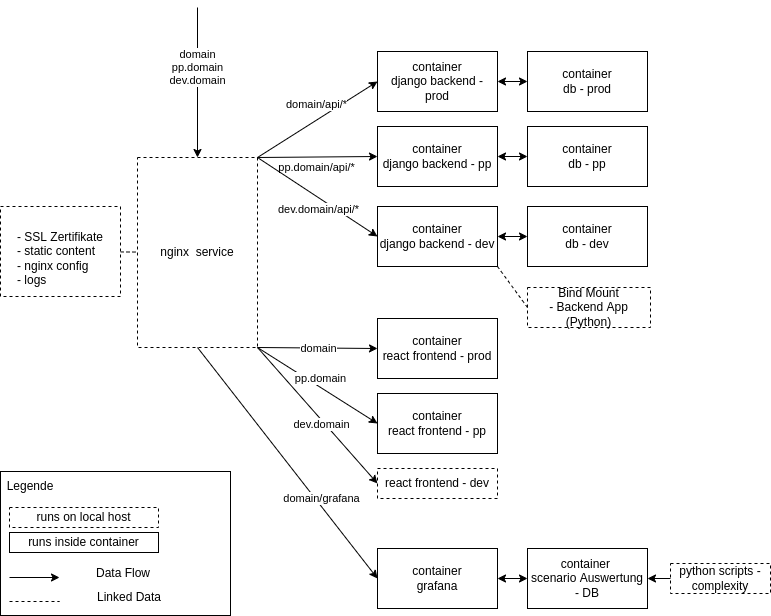
Before: docs/devops/hld.drawio.png, a diagram exported from draw.io (fra-uas-project/softDsim). Source tidied: cells renumbered, new cells last; positions are measured from the earlier drawing's top-left corner, leaving out a move shared by most shapes.
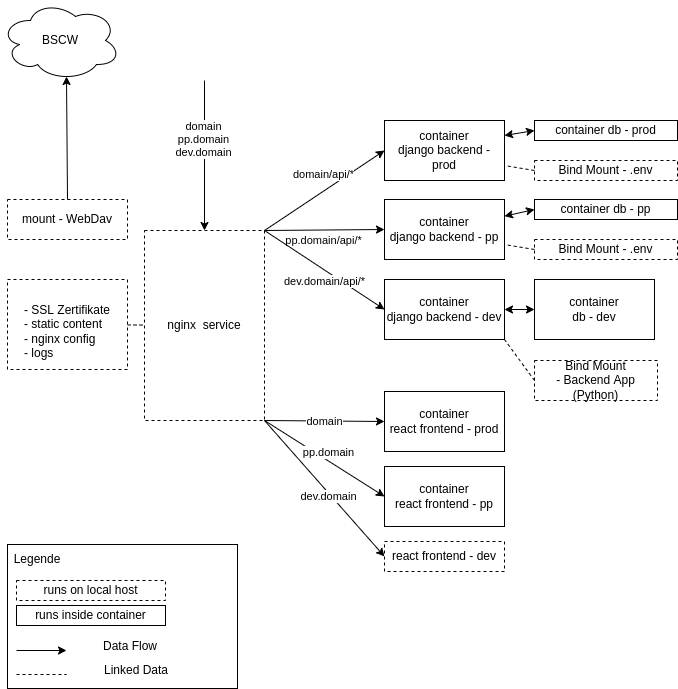
Above is the later version.

The edit, as a diff of the source:
```diff
@@ -26,22 +26,16 @@
     <mxCell id="7" value="react frontend - dev" style="rounded=0;whiteSpace=wrap;html=1;dashed=1;" parent="1" vertex="1">
       <mxGeometry x="377" y="461" width="120" height="30" as="geometry" />
     </mxCell>
-    <mxCell id="8" value="container&lt;br&gt;db - pp" style="rounded=0;whiteSpace=wrap;html=1;" parent="1" vertex="1">
-      <mxGeometry x="527" y="119" width="120" height="60" as="geometry" />
-    </mxCell>
-    <mxCell id="9" value="container&lt;br&gt;db - prod" style="rounded=0;whiteSpace=wrap;html=1;" parent="1" vertex="1">
-      <mxGeometry x="527" y="44" width="120" height="60" as="geometry" />
+    <mxCell id="9" value="container db - prod" style="rounded=0;whiteSpace=wrap;html=1;" parent="1" vertex="1">
+      <mxGeometry x="527" y="40" width="143" height="20" as="geometry" />
     </mxCell>
-    <mxCell id="10" style="endArrow=classic;startArrow=classic;html=1;exitX=0;exitY=0.5;exitDx=0;exitDy=0;entryX=1;entryY=0.5;entryDx=0;entryDy=0;" parent="1" edge="1" source="8" target="11">
-      <mxGeometry relative="1" as="geometry" />
-    </mxCell>
     <mxCell id="11" value="container&lt;br&gt;django backend - pp" style="rounded=0;whiteSpace=wrap;html=1;" parent="1" vertex="1">
       <mxGeometry x="377" y="119" width="120" height="60" as="geometry" />
     </mxCell>
     <mxCell id="12" value="container&lt;br&gt;django backend - prod" style="rounded=0;whiteSpace=wrap;html=1;" parent="1" vertex="1">
-      <mxGeometry x="377" y="44" width="120" height="60" as="geometry" />
+      <mxGeometry x="377" y="40" width="120" height="60" as="geometry" />
     </mxCell>
-    <mxCell id="13" style="endArrow=classic;startArrow=classic;html=1;entryX=1;entryY=0.5;entryDx=0;entryDy=0;" parent="1" edge="1" source="9" target="12">
+    <mxCell id="13" style="endArrow=classic;startArrow=classic;html=1;entryX=1;entryY=0.25;entryDx=0;entryDy=0;exitX=0;exitY=0.5;exitDx=0;exitDy=0;" parent="1" edge="1" source="9" target="12">
       <mxGeometry relative="1" as="geometry" />
     </mxCell>
     <mxCell id="14" style="edgeStyle=none;html=1;endArrow=none;endFill=0;dashed=1;" parent="1" edge="1" source="15" target="4">
@@ -58,15 +52,6 @@
         <mxPoint x="-26" y="12" as="offset" />
       </mxGeometry>
     </mxCell>
-    <mxCell id="18" value="container &lt;br&gt;scenario Auswertung - DB" style="rounded=0;whiteSpace=wrap;html=1;" parent="1" vertex="1">
-      <mxGeometry x="527" y="541" width="120" height="60" as="geometry" />
-    </mxCell>
-    <mxCell id="19" style="edgeStyle=none;html=1;entryX=1;entryY=0.5;entryDx=0;entryDy=0;" parent="1" edge="1" source="20" target="18">
-      <mxGeometry relative="1" as="geometry" />
-    </mxCell>
-    <mxCell id="20" value="python scripts - complexity" style="text;html=1;strokeColor=default;fillColor=none;align=center;verticalAlign=middle;whiteSpace=wrap;rounded=0;dashed=1;" parent="1" vertex="1">
-      <mxGeometry x="670" y="556" width="100" height="30" as="geometry" />
-    </mxCell>
     <mxCell id="21" style="endArrow=classic;html=1;exitX=1;exitY=0;exitDx=0;exitDy=0;entryX=0;entryY=0.5;entryDx=0;entryDy=0;" parent="1" edge="1" source="4" target="12">
       <mxGeometry relative="1" as="geometry" />
     </mxCell>
@@ -75,20 +60,6 @@
         <mxPoint x="-25" y="2" as="offset" />
       </mxGeometry>
     </mxCell>
-    <mxCell id="23" value="container&lt;br&gt;grafana" style="rounded=0;whiteSpace=wrap;html=1;" parent="1" vertex="1">
-      <mxGeometry x="377" y="541" width="120" height="60" as="geometry" />
-    </mxCell>
-    <mxCell id="24" style="edgeStyle=none;html=1;entryX=0;entryY=0.5;entryDx=0;entryDy=0;exitX=0.5;exitY=1;exitDx=0;exitDy=0;" parent="1" edge="1" source="4" target="23">
-      <mxGeometry relative="1" as="geometry" />
-    </mxCell>
-    <mxCell id="25" value="domain/grafana" style="edgeLabel;html=1;align=center;verticalAlign=middle;" parent="24" vertex="1">
-      <mxGeometry x="0.14" relative="1" as="geometry">
-        <mxPoint x="21" y="19" as="offset" />
-      </mxGeometry>
-    </mxCell>
-    <mxCell id="26" style="endArrow=classic;startArrow=classic;html=1;exitX=0;exitY=0.5;exitDx=0;exitDy=0;entryX=1;entryY=0.5;entryDx=0;entryDy=0;" parent="1" edge="1" source="18" target="23">
-      <mxGeometry relative="1" as="geometry" />
-    </mxCell>
     <mxCell id="27" value="container&lt;br&gt;db - dev" style="rounded=0;whiteSpace=wrap;html=1;" parent="1" vertex="1">
       <mxGeometry x="527" y="199" width="120" height="60" as="geometry" />
     </mxCell>
@@ -164,5 +135,32 @@
     <mxCell id="47" value="Linked Data" style="text;html=1;strokeColor=none;fillColor=none;align=center;verticalAlign=middle;whiteSpace=wrap;rounded=0;" parent="1" vertex="1">
       <mxGeometry x="91" y="575" width="76" height="30" as="geometry" />
     </mxCell>
+    <mxCell id="48" value="Bind Mount - .env" style="rounded=0;whiteSpace=wrap;html=1;dashed=1;strokeColor=default;" parent="1" vertex="1">
+      <mxGeometry x="527" y="80" width="143" height="20" as="geometry" />
+    </mxCell>
+    <mxCell id="8" value="container db - pp" style="rounded=0;whiteSpace=wrap;html=1;" parent="1" vertex="1">
+      <mxGeometry x="527" y="119" width="143" height="20" as="geometry" />
+    </mxCell>
+    <mxCell id="10" style="endArrow=classic;startArrow=classic;html=1;exitX=0;exitY=0.5;exitDx=0;exitDy=0;" parent="1" edge="1" source="8" target="11">
+      <mxGeometry relative="1" as="geometry" />
+    </mxCell>
+    <mxCell id="49" value="Bind Mount - .env" style="rounded=0;whiteSpace=wrap;html=1;dashed=1;strokeColor=default;" parent="1" vertex="1">
+      <mxGeometry x="527" y="159" width="143" height="20" as="geometry" />
+    </mxCell>
+    <mxCell id="50" style="edgeStyle=none;html=1;endArrow=none;endFill=0;dashed=1;entryX=1;entryY=0.75;entryDx=0;entryDy=0;exitX=0;exitY=0.5;exitDx=0;exitDy=0;" parent="1" edge="1" source="49" target="11">
+      <mxGeometry relative="1" as="geometry" />
+    </mxCell>
+    <mxCell id="51" style="edgeStyle=none;html=1;endArrow=none;endFill=0;dashed=1;entryX=1;entryY=0.75;entryDx=0;entryDy=0;exitX=0;exitY=0.5;exitDx=0;exitDy=0;" parent="1" edge="1" source="48" target="12">
+      <mxGeometry relative="1" as="geometry" />
+    </mxCell>
+    <mxCell id="52" value="mount - WebDav" style="rounded=0;whiteSpace=wrap;html=1;dashed=1;strokeColor=default;" parent="1" vertex="1">
+      <mxGeometry y="119" width="120" height="40" as="geometry" />
+    </mxCell>
+    <mxCell id="53" style="endArrow=classic;html=1;exitX=0.5;exitY=0;exitDx=0;exitDy=0;entryX=0.55;entryY=0.95;entryDx=0;entryDy=0;entryPerimeter=0;" parent="1" edge="1" source="52" target="54">
+      <mxGeometry relative="1" as="geometry" />
+    </mxCell>
+    <mxCell id="54" value="BSCW" style="ellipse;shape=cloud;whiteSpace=wrap;html=1;" parent="1" vertex="1">
+      <mxGeometry x="-7" y="-80" width="120" height="80" as="geometry" />
+    </mxCell>
   </root>
 </mxGraphModel>
```
